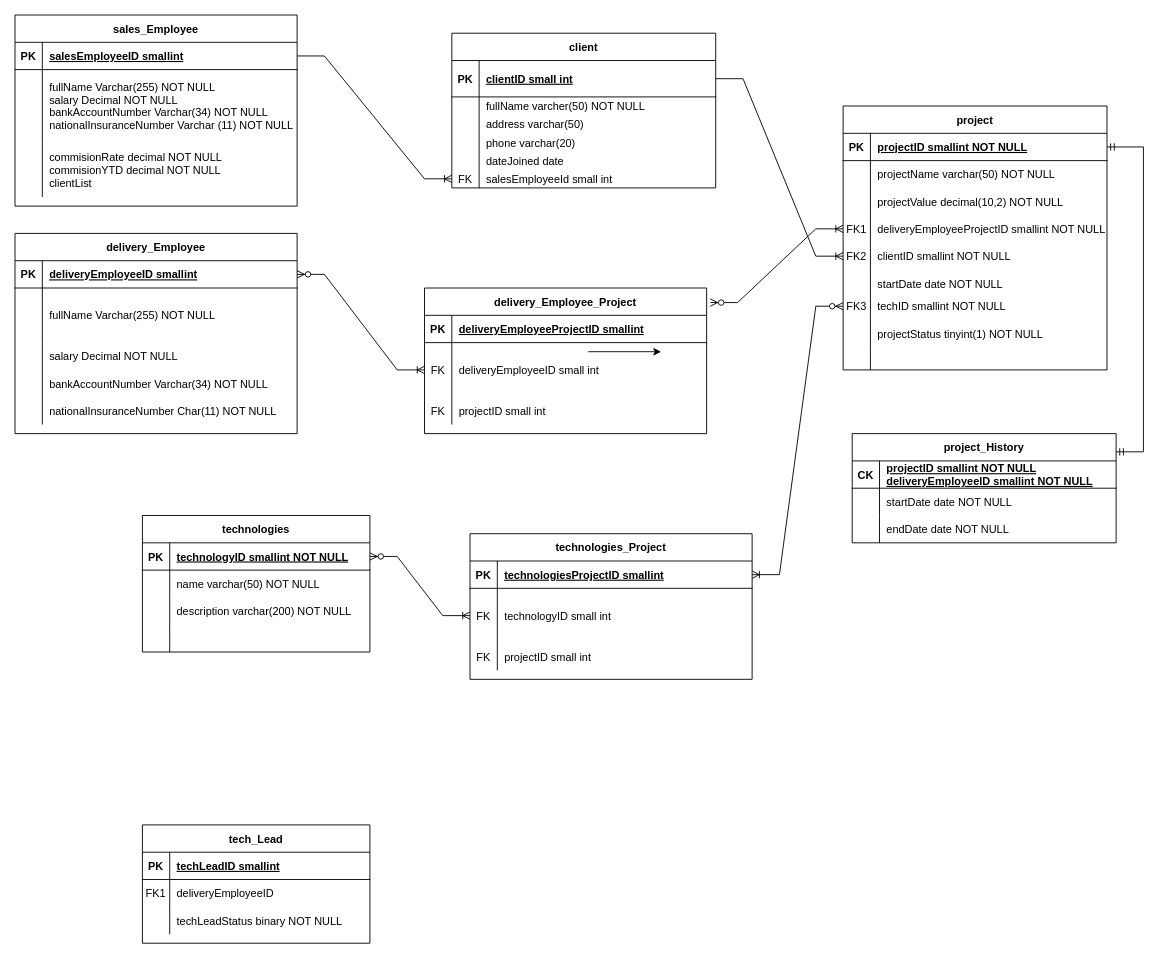
This is Untitled Diagram.drawio from leeservice/sql_kainos_academy, a draw.io file, before an edit. Source tidied: cells renumbered, new cells numbered last; positions are measured from the earlier drawing's top-left corner, leaving out a move shared by most shapes. Both pictures are drawn from the tidied source at 91%, with x=0, y=0 at pixel (15, 15).
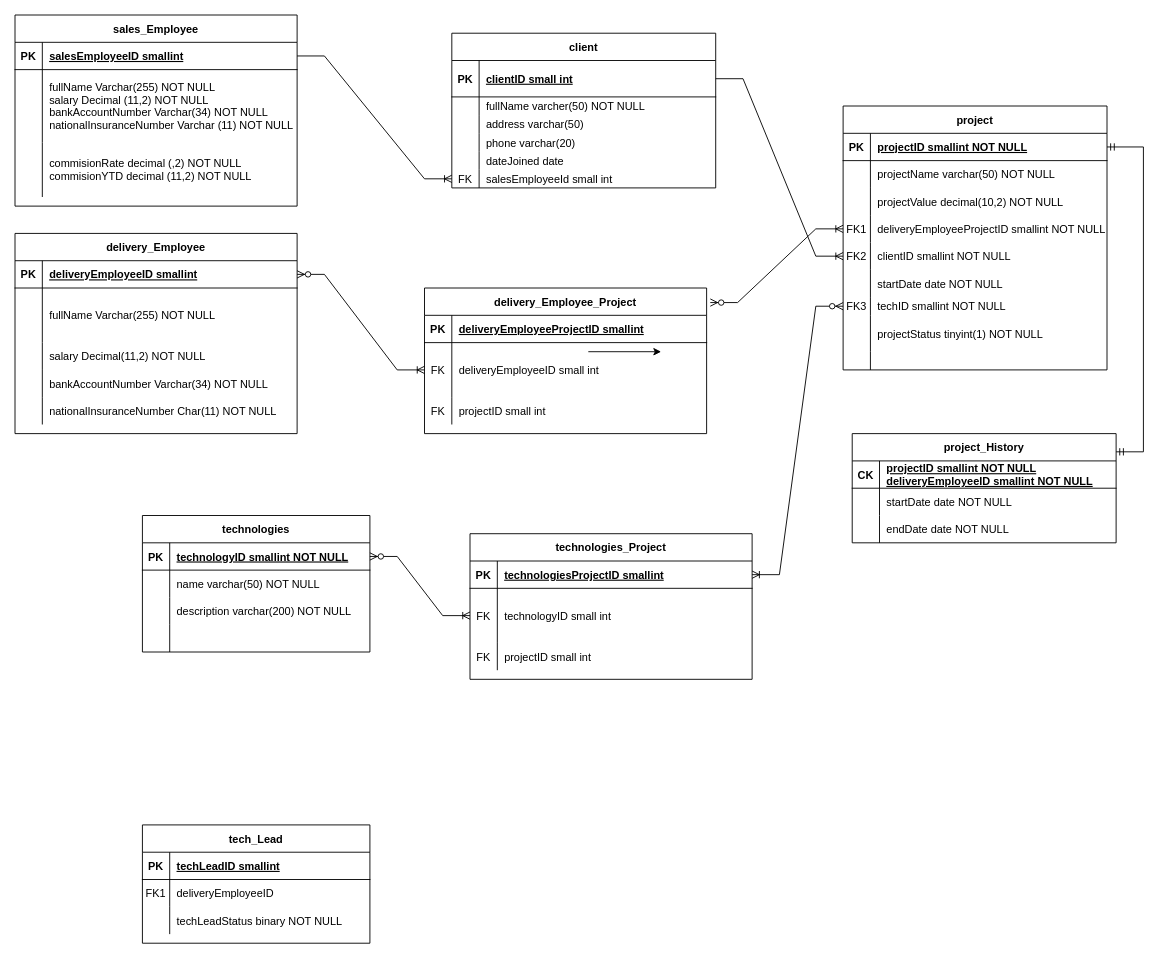
The same diagram, later.

The change refers to these unchanged cells:
```xml
<mxCell id="28" style="shape=partialRectangle;fillColor=none;top=0;left=0;right=0;bottom=0;" parent="21" vertex="1">
  <mxGeometry y="120" width="310" height="30" as="geometry" />
</mxCell>
<mxCell id="41" style="shape=partialRectangle;fillColor=none;top=0;left=0;right=0;bottom=0;" parent="37" vertex="1">
  <mxGeometry y="60" width="310" height="80" as="geometry" />
</mxCell>
<mxCell id="44" style="shape=partialRectangle;fillColor=none;top=0;left=0;right=0;bottom=0;" parent="37" vertex="1">
  <mxGeometry y="140" width="310" height="60" as="geometry" />
</mxCell>
```

Diff of the diagram source:
```diff
@@
-    <mxCell id="30" value="salary Decimal NOT NULL" style="shape=partialRectangle;overflow=hidden;fillColor=none;top=0;left=0;bottom=0;right=0;align=left;spacingLeft=6;" parent="28" vertex="1">
+    <mxCell id="30" value="salary Decimal(11,2) NOT NULL" style="shape=partialRectangle;overflow=hidden;fillColor=none;top=0;left=0;bottom=0;right=0;align=left;spacingLeft=6;" parent="28" vertex="1">
       <mxGeometry x="30" width="280" height="30" as="geometry" />
     </mxCell>
@@
-    <mxCell id="43" value="fullName Varchar(255) NOT NULL&#10;salary Decimal NOT NULL&#10;bankAccountNumber Varchar(34) NOT NULL&#10;nationalInsuranceNumber Varchar (11) NOT NULL" style="shape=partialRectangle;overflow=hidden;fillColor=none;top=0;left=0;bottom=0;right=0;align=left;spacingLeft=6;" parent="41" vertex="1">
+    <mxCell id="43" value="fullName Varchar(255) NOT NULL&#10;salary Decimal (11,2) NOT NULL&#10;bankAccountNumber Varchar(34) NOT NULL&#10;nationalInsuranceNumber Varchar (11) NOT NULL" style="shape=partialRectangle;overflow=hidden;fillColor=none;top=0;left=0;bottom=0;right=0;align=left;spacingLeft=6;" parent="41" vertex="1">
       <mxGeometry x="30" width="280" height="80" as="geometry" />
     </mxCell>
@@
-    <mxCell id="46" value="commisionRate decimal NOT NULL&#10;commisionYTD decimal NOT NULL&#10;clientList " style="shape=partialRectangle;overflow=hidden;fillColor=none;top=0;left=0;bottom=0;right=0;align=left;spacingLeft=6;" parent="44" vertex="1">
+    <mxCell id="46" value="commisionRate decimal (,2) NOT NULL&#10;commisionYTD decimal (11,2) NOT NULL" style="shape=partialRectangle;overflow=hidden;fillColor=none;top=0;left=0;bottom=0;right=0;align=left;spacingLeft=6;" parent="44" vertex="1">
       <mxGeometry x="30" width="280" height="60" as="geometry" />
     </mxCell>
```
